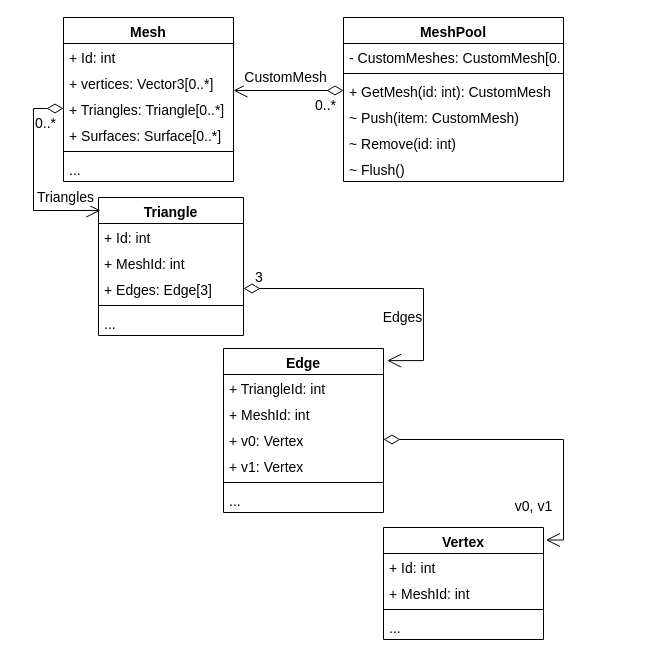
Before: PolyModelDiagram.drawio in zik-888/DemonOLP, a draw.io diagram. Source tidied: cells renumbered, new cells numbered last; positions are measured from the earlier drawing's top-left corner, leaving out a move shared by most shapes. Both pictures are drawn from the tidied source at 100%, with x=0, y=0 at pixel (33, 17).
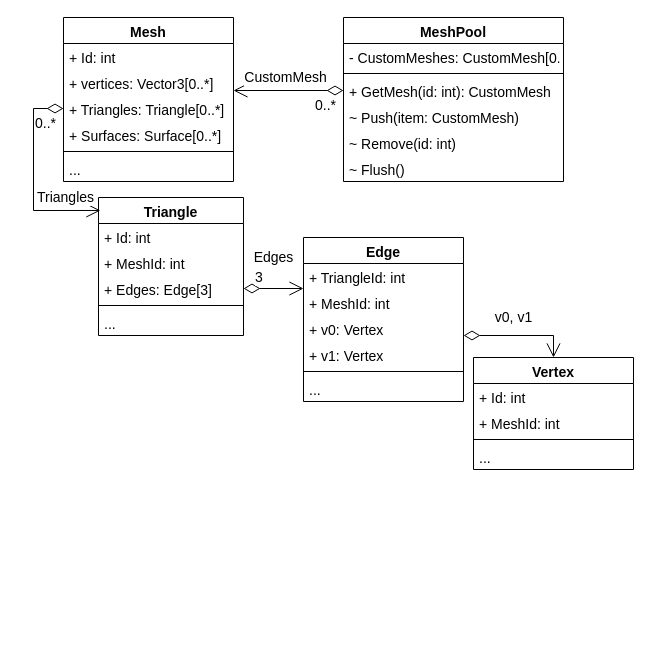
The same page after the edit.

The change refers to these unchanged cells:
```xml
<mxCell id="19" value="+ Edges: Edge[3]" style="text;strokeColor=none;fillColor=none;align=left;verticalAlign=top;spacingLeft=4;spacingRight=4;overflow=hidden;points=[[0,0.5],[1,0.5]];portConstraint=eastwest;fontSize=14;" parent="16" vertex="1">
  <mxGeometry y="78" width="145" height="26" as="geometry" />
</mxCell>
<mxCell id="25" value="+ v0: Vertex" style="text;strokeColor=none;fillColor=none;align=left;verticalAlign=top;spacingLeft=4;spacingRight=4;overflow=hidden;points=[[0,0.5],[1,0.5]];portConstraint=eastwest;fontSize=14;" parent="22" vertex="1">
  <mxGeometry y="78" width="160" height="26" as="geometry" />
</mxCell>
```

What changed in the source:
```diff
@@
     <mxCell id="22" value="Edge" style="swimlane;fontStyle=1;align=center;verticalAlign=top;horizontal=1;startSize=26;fontSize=14;" parent="1" vertex="1">
-      <mxGeometry x="190" y="331" width="160" height="164" as="geometry" />
+      <mxGeometry x="270" y="220" width="160" height="164" as="geometry" />
     </mxCell>
@@
     <mxCell id="29" value="Vertex" style="swimlane;fontStyle=1;align=center;verticalAlign=top;horizontal=1;startSize=26;fontSize=14;" parent="1" vertex="1">
-      <mxGeometry x="350" y="510" width="160" height="112" as="geometry" />
+      <mxGeometry x="440" y="340" width="160" height="112" as="geometry" />
     </mxCell>
@@
-    <mxCell id="38" value="Edges" style="endArrow=open;html=1;endSize=12;startArrow=diamondThin;startSize=14;startFill=0;edgeStyle=orthogonalEdgeStyle;exitX=1;exitY=0.5;exitDx=0;exitDy=0;jumpSize=6;rounded=0;entryX=1.023;entryY=0.074;entryDx=0;entryDy=0;entryPerimeter=0;fontSize=14;" parent="1" edge="1" source="19" target="22">
-      <mxGeometry x="0.1" y="-29" relative="1" as="geometry">
+    <mxCell id="38" value="Edges" style="endArrow=open;html=1;endSize=12;startArrow=diamondThin;startSize=14;startFill=0;edgeStyle=orthogonalEdgeStyle;exitX=1;exitY=0.5;exitDx=0;exitDy=0;jumpSize=6;rounded=0;fontSize=14;" parent="1" edge="1" source="19" target="22">
+      <mxGeometry y="31" relative="1" as="geometry">
         <Array as="points">
-          <mxPoint x="390" y="271" />
-          <mxPoint x="390" y="343" />
+          <mxPoint x="330" y="271" />
+          <mxPoint x="330" y="240" />
         </Array>
       </mxGeometry>
     </mxCell>
@@
-    <mxCell id="40" value="v0, v1" style="endArrow=open;html=1;endSize=12;startArrow=diamondThin;startSize=14;startFill=0;edgeStyle=orthogonalEdgeStyle;exitX=1;exitY=0.5;exitDx=0;exitDy=0;jumpSize=6;rounded=0;entryX=1.015;entryY=0.112;entryDx=0;entryDy=0;entryPerimeter=0;fontSize=14;" parent="1" edge="1" source="25" target="29">
-      <mxGeometry x="0.66" y="-30" relative="1" as="geometry">
+    <mxCell id="40" value="v0, v1" style="endArrow=open;html=1;endSize=12;startArrow=diamondThin;startSize=14;startFill=0;edgeStyle=orthogonalEdgeStyle;jumpSize=6;rounded=0;fontSize=14;" parent="1" edge="1" source="25" target="29">
+      <mxGeometry x="-0.11" y="18" relative="1" as="geometry">
         <Array as="points">
-          <mxPoint x="530" y="422" />
-          <mxPoint x="530" y="523" />
+          <mxPoint x="520" y="318" />
         </Array>
       </mxGeometry>
     </mxCell>
```
